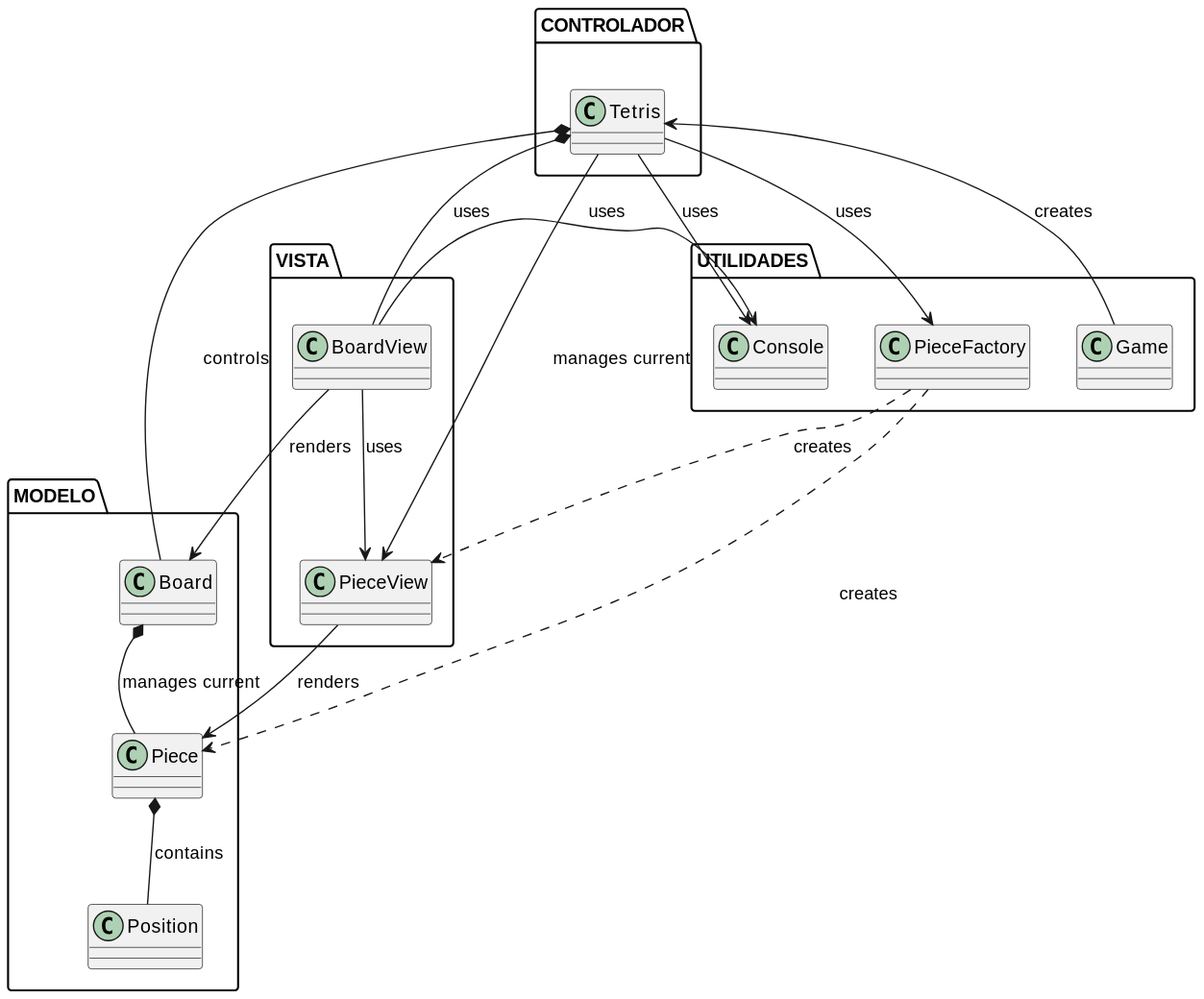
This is images/modelosUML/MdD.svg from mmasias/pyTetris, a PlantUML export, as it was before one commit.
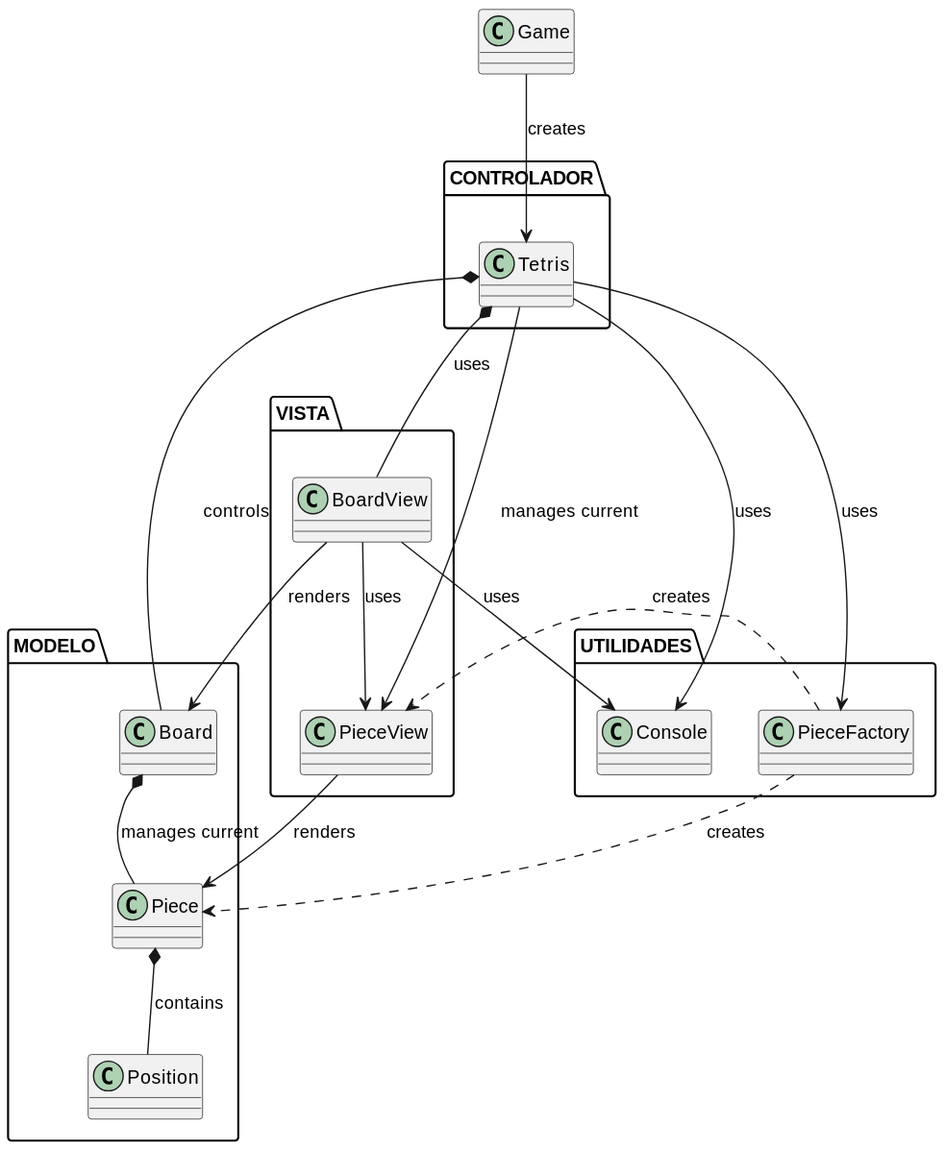
After the commit.

Commit message:
Proceso de creación

The edit, as a diff of the source:
```diff
@@ -15,9 +15,8 @@
 }
 
 package "UTILIDADES" {
+    class PieceFactory
     class Console
-    class PieceFactory
-    class Game
 }
 
 
@@ -25,8 +24,8 @@
 Tetris *-- Board : controls
 Tetris *-- BoardView : uses
 Tetris --> PieceView : manages current
-Tetris --> Console : uses
-Tetris --> PieceFactory : uses
+Tetris ---> Console : uses
+Tetris ---> PieceFactory : uses
 
 Board *-- Piece : manages current
 Piece *-- Position : contains
```
